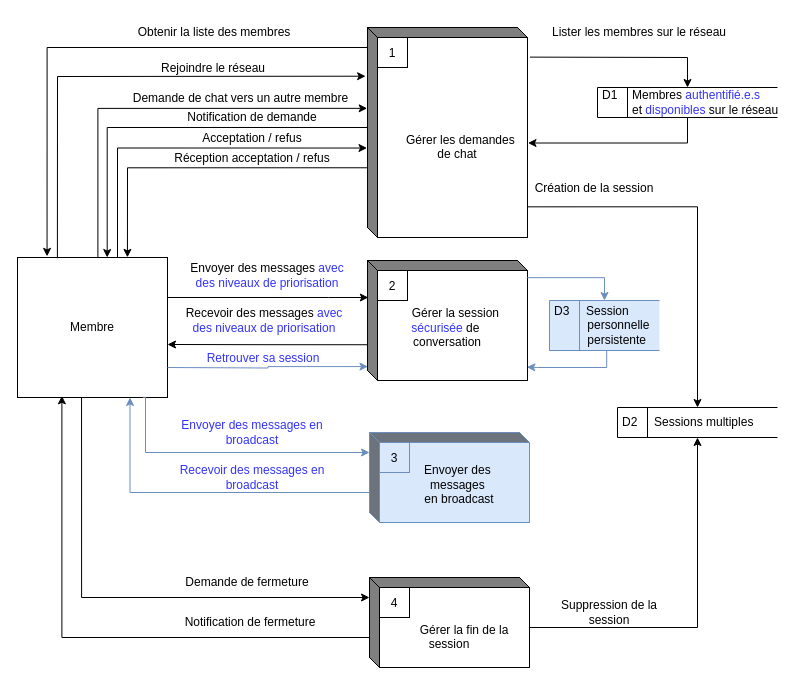
Earlier version of the draw.io diagram docs/new_dfd.drawio (samuelroland/poneytoponey). Source tidied: cells renumbered, new cells numbered last; positions are measured from the earlier drawing's top-left corner, leaving out a move shared by most shapes. Both pictures are drawn from the tidied source at 100%, with x=0, y=0 at pixel (17, 17).
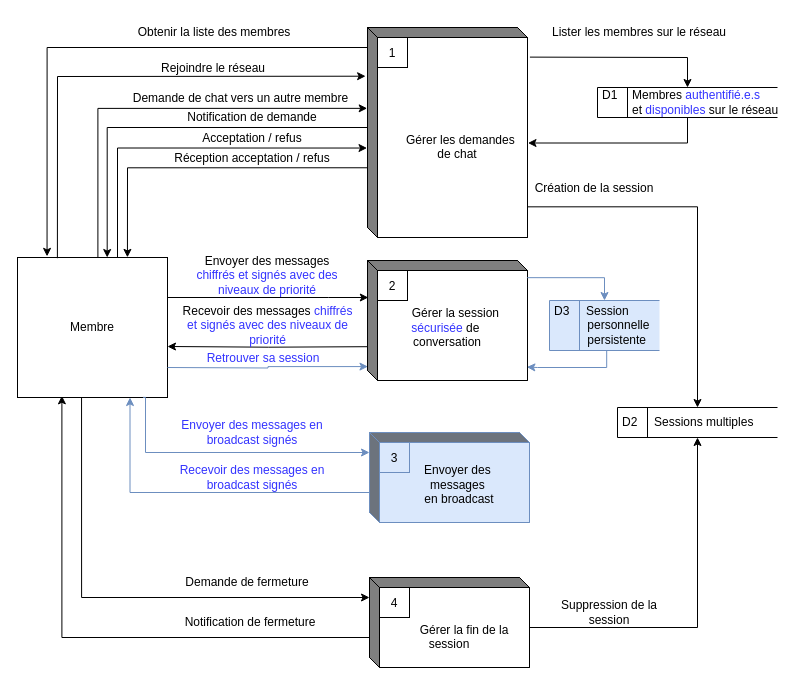
Above is the later version.

Commit message (it also covers changes not shown here):
refine dfd

Unchanged cells that the change refers to:
```xml
<mxCell id="7" value="&lt;div&gt;&amp;nbsp; &amp;nbsp; &amp;nbsp;&amp;nbsp;&lt;/div&gt;&lt;div&gt;&amp;nbsp; &amp;nbsp; &amp;nbsp; Gérer la session&amp;nbsp;&lt;span style=&quot;color: light-dark(rgb(51, 51, 255), rgb(51, 51, 255));&quot;&gt;&lt;br&gt;&lt;/span&gt;&lt;/div&gt;&lt;div&gt;&lt;span style=&quot;color: light-dark(rgb(51, 51, 255), rgb(51, 51, 255));&quot;&gt;sécurisée&lt;/span&gt;&amp;nbsp;de&amp;nbsp;&lt;/div&gt;&lt;div&gt;conversation&lt;/div&gt;" style="html=1;dashed=0;whiteSpace=wrap;shape=mxgraph.dfd.externalEntity;" parent="1" vertex="1">
  <mxGeometry x="350" y="243" width="160" height="120" as="geometry" />
</mxCell>
```

Change to the diagram source:
```diff
@@
-    <mxCell id="6" style="edgeStyle=orthogonalEdgeStyle;rounded=0;jettySize=auto;html=1;exitX=0.005;exitY=0.702;exitDx=0;exitDy=0;exitPerimeter=0;" parent="1" edge="1" source="7">
+    <mxCell id="6" style="edgeStyle=orthogonalEdgeStyle;rounded=0;orthogonalLoop=1;jettySize=auto;html=1;exitX=0.005;exitY=0.702;exitDx=0;exitDy=0;exitPerimeter=0;" parent="1" edge="1">
       <mxGeometry relative="1" as="geometry">
-        <mxPoint x="150" y="327" as="targetPoint" />
+        <mxPoint x="350.8" y="329.2" as="sourcePoint" />
+        <mxPoint x="150" y="329" as="targetPoint" />
       </mxGeometry>
     </mxCell>
@@
-    <mxCell id="29" value="Envoyer des messages &lt;span style=&quot;color: light-dark(rgb(51, 51, 255), rgb(51, 51, 255));&quot;&gt;avec des niveaux de priorisation&lt;/span&gt;" style="text;html=1;whiteSpace=wrap;strokeColor=none;fillColor=none;align=center;verticalAlign=middle;rounded=0;" parent="1" vertex="1">
+    <mxCell id="29" value="Envoyer des messages &lt;span style=&quot;color: light-dark(rgb(51, 51, 255), rgb(51, 51, 255));&quot;&gt;chiffrés et signés&amp;nbsp;&lt;/span&gt;&lt;span style=&quot;color: light-dark(rgb(51, 51, 255), rgb(51, 51, 255));&quot;&gt;avec des niveaux de priorité&lt;/span&gt;" style="text;html=1;whiteSpace=wrap;strokeColor=none;fillColor=none;align=center;verticalAlign=middle;rounded=0;" parent="1" vertex="1">
       <mxGeometry x="171" y="243" width="158" height="30" as="geometry" />
     </mxCell>
-    <mxCell id="30" value="Recevoir des messages &lt;span style=&quot;color: light-dark(rgb(51, 51, 255), rgb(51, 51, 255));&quot;&gt;avec des niveaux de priorisation&lt;/span&gt;" style="text;html=1;whiteSpace=wrap;strokeColor=none;fillColor=none;align=center;verticalAlign=middle;rounded=0;" parent="1" vertex="1">
-      <mxGeometry x="163" y="288" width="168" height="30" as="geometry" />
+    <mxCell id="30" value="Recevoir des messages&amp;nbsp;&lt;span style=&quot;color: light-dark(rgb(51, 51, 255), rgb(51, 51, 255));&quot;&gt;chiffrés et signés&amp;nbsp;&lt;/span&gt;&lt;span style=&quot;color: light-dark(rgb(51, 51, 255), rgb(51, 51, 255));&quot;&gt;avec des niveaux de priorité&lt;/span&gt;" style="text;html=1;whiteSpace=wrap;strokeColor=none;fillColor=none;align=center;verticalAlign=middle;rounded=0;" parent="1" vertex="1">
+      <mxGeometry x="159.5" y="293" width="181" height="30" as="geometry" />
     </mxCell>
@@
-    <mxCell id="47" value="&lt;span style=&quot;color: light-dark(rgb(51, 51, 255), rgb(51, 51, 255));&quot;&gt;Envoyer des messages en broadcast&lt;/span&gt;" style="text;html=1;whiteSpace=wrap;strokeColor=none;fillColor=none;align=center;verticalAlign=middle;rounded=0;" parent="1" vertex="1">
+    <mxCell id="47" value="&lt;span style=&quot;color: light-dark(rgb(51, 51, 255), rgb(51, 51, 255));&quot;&gt;Envoyer des messages en broadcast signés&lt;/span&gt;" style="text;html=1;whiteSpace=wrap;strokeColor=none;fillColor=none;align=center;verticalAlign=middle;rounded=0;" parent="1" vertex="1">
       <mxGeometry x="160" y="400" width="150" height="30" as="geometry" />
     </mxCell>
-    <mxCell id="48" value="&lt;span style=&quot;color: light-dark(rgb(51, 51, 255), rgb(51, 51, 255));&quot;&gt;Recevoir des messages en broadcast&lt;/span&gt;" style="text;html=1;whiteSpace=wrap;strokeColor=none;fillColor=none;align=center;verticalAlign=middle;rounded=0;" parent="1" vertex="1">
+    <mxCell id="48" value="&lt;span style=&quot;color: light-dark(rgb(51, 51, 255), rgb(51, 51, 255));&quot;&gt;Recevoir des messages en broadcast signés&lt;/span&gt;" style="text;html=1;whiteSpace=wrap;strokeColor=none;fillColor=none;align=center;verticalAlign=middle;rounded=0;" parent="1" vertex="1">
       <mxGeometry x="160" y="445" width="150" height="30" as="geometry" />
     </mxCell>
```
